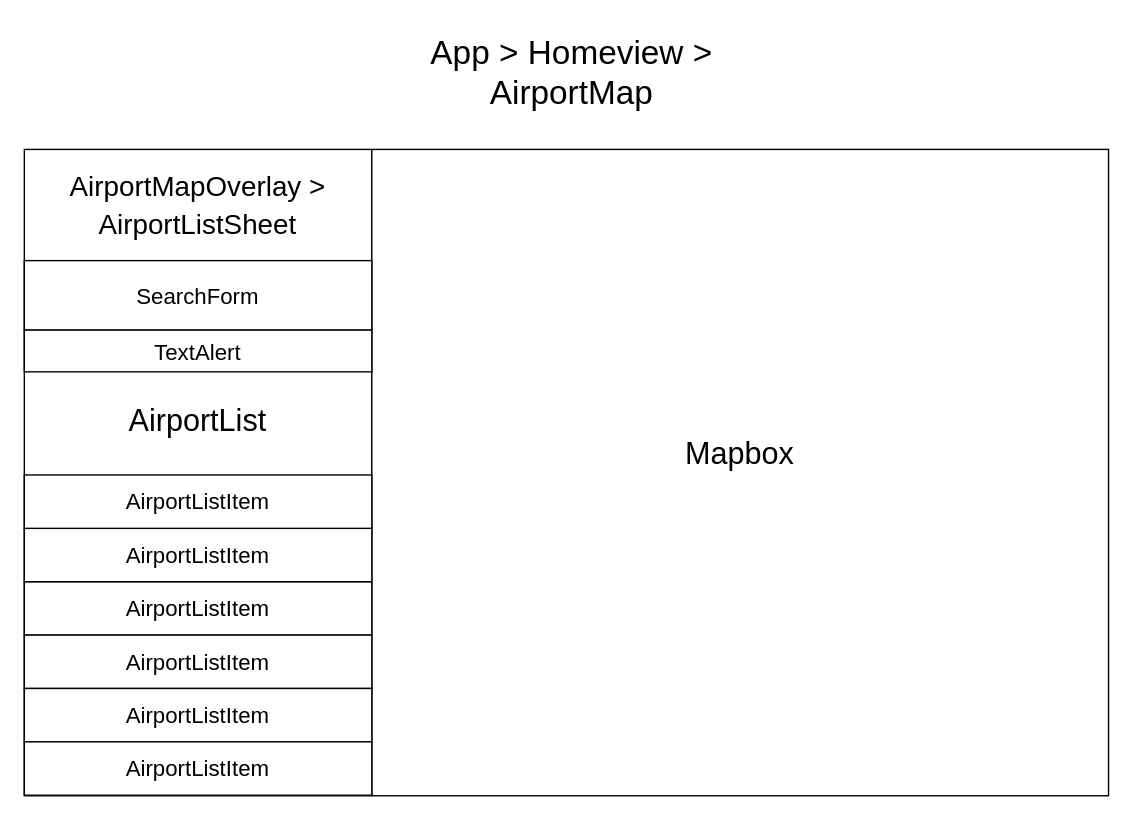
The draw.io diagram page "Overlay-ListView" (2 of 3) of docs/diagrams.drawio in Phixyn/aerophix, before the edit. Source tidied: cells renumbered, new cells numbered last; positions are measured from the earlier drawing's top-left corner, leaving out a move shared by most shapes. Both pictures are drawn from the tidied source at 139%, with x=0, y=0 at pixel (24, 24).
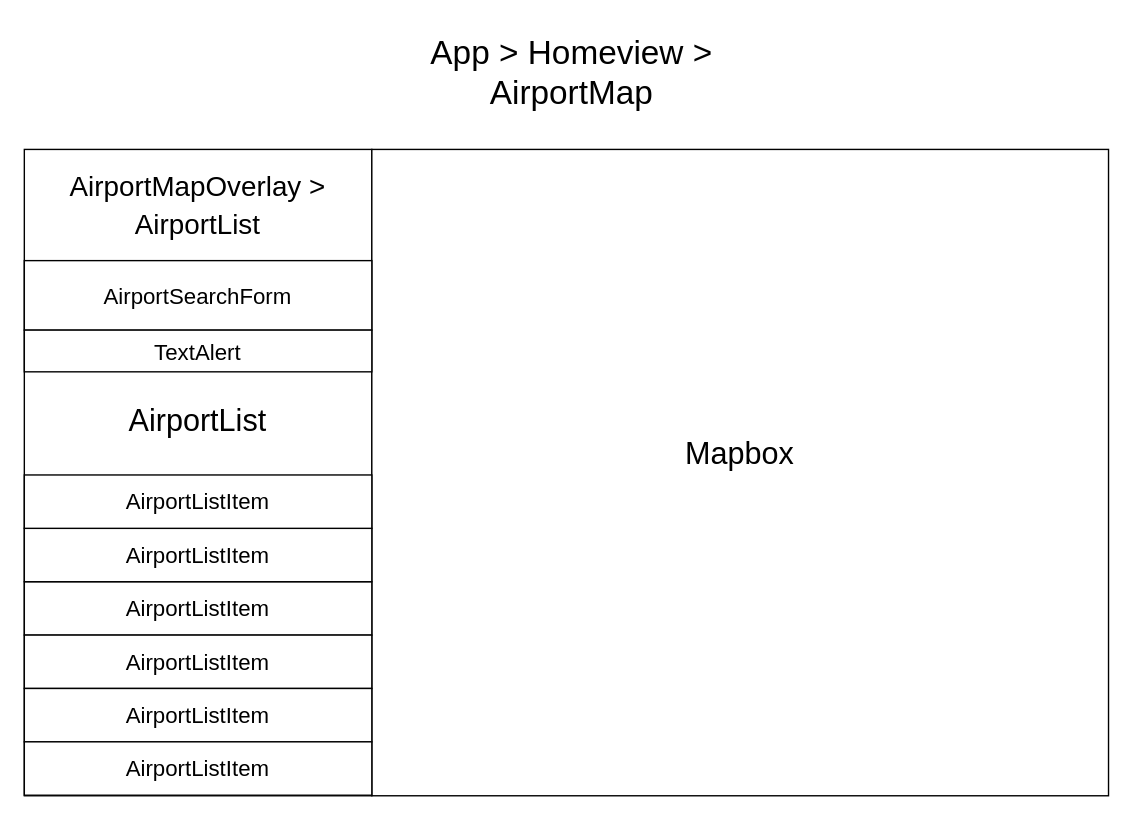
The same diagram, later.

The edit, as a diff of the source:
```diff
@@
 <mxGraphModel>
   <root>
     <mxCell id="0" />
     <mxCell id="1" parent="0" />
     <mxCell id="2" style="rounded=0;whiteSpace=wrap;html=1;sketch=0;" parent="1" vertex="1">
       <mxGeometry y="90" width="250" height="465" as="geometry" />
     </mxCell>
-    <mxCell id="3" value="&lt;font style=&quot;font-size: 20px&quot;&gt;AirportMapOverlay &amp;gt; AirportListSheet&lt;/font&gt;" style="text;html=1;strokeColor=none;fillColor=none;align=center;verticalAlign=middle;whiteSpace=wrap;rounded=0;sketch=0;fontSize=22;" parent="1" vertex="1">
+    <mxCell id="3" value="&lt;font style=&quot;font-size: 20px&quot;&gt;AirportMapOverlay &amp;gt; AirportList&lt;/font&gt;" style="text;html=1;strokeColor=none;fillColor=none;align=center;verticalAlign=middle;whiteSpace=wrap;rounded=0;sketch=0;fontSize=22;" parent="1" vertex="1">
       <mxGeometry x="20" y="100" width="210" height="60" as="geometry" />
     </mxCell>
     <mxCell id="4" value="&lt;span style=&quot;font-size: 24px&quot;&gt;App &amp;gt; Homeview &amp;gt; AirportMap&lt;/span&gt;" style="text;html=1;strokeColor=none;fillColor=none;align=center;verticalAlign=middle;whiteSpace=wrap;rounded=0;sketch=0;fontSize=24;" parent="1" vertex="1">
       <mxGeometry x="274" width="240" height="70" as="geometry" />
     </mxCell>
     <mxCell id="5" style="rounded=0;whiteSpace=wrap;html=1;sketch=0;" parent="1" vertex="1">
       <mxGeometry x="250" y="90" width="530" height="465" as="geometry" />
     </mxCell>
     <mxCell id="6" value="Mapbox" style="text;html=1;strokeColor=none;fillColor=none;align=center;verticalAlign=middle;whiteSpace=wrap;rounded=0;sketch=0;fontSize=22;" parent="1" vertex="1">
       <mxGeometry x="400" y="240" width="230" height="140" as="geometry" />
     </mxCell>
-    <mxCell id="7" value="&lt;font style=&quot;font-size: 16px&quot;&gt;SearchForm&lt;/font&gt;" style="rounded=0;whiteSpace=wrap;html=1;sketch=0;fontSize=22;align=center;" parent="1" vertex="1">
+    <mxCell id="7" value="&lt;font style=&quot;font-size: 16px&quot;&gt;AirportSearchForm&lt;/font&gt;" style="rounded=0;whiteSpace=wrap;html=1;sketch=0;fontSize=22;align=center;" parent="1" vertex="1">
       <mxGeometry y="170" width="250" height="50" as="geometry" />
     </mxCell>
     <mxCell id="8" value="&lt;font style=&quot;font-size: 16px&quot;&gt;TextAlert&lt;/font&gt;" style="rounded=0;whiteSpace=wrap;html=1;sketch=0;fontSize=22;align=center;" parent="1" vertex="1">
       <mxGeometry y="220" width="250" height="30" as="geometry" />
     </mxCell>
     <mxCell id="9" value="&lt;font style=&quot;font-size: 16px&quot;&gt;AirportListItem&lt;/font&gt;" style="rounded=0;whiteSpace=wrap;html=1;sketch=0;" parent="1" vertex="1">
       <mxGeometry y="401" width="250" height="38.4" as="geometry" />
     </mxCell>
     <mxCell id="10" value="&lt;span style=&quot;font-size: 22px;&quot;&gt;AirportList&lt;/span&gt;" style="text;html=1;strokeColor=none;fillColor=none;align=center;verticalAlign=middle;whiteSpace=wrap;rounded=0;sketch=0;fontSize=22;" parent="1" vertex="1">
       <mxGeometry x="40" y="266" width="170" height="40" as="geometry" />
     </mxCell>
     <mxCell id="11" value="&lt;font style=&quot;font-size: 16px&quot;&gt;AirportListItem&lt;/font&gt;" style="rounded=0;whiteSpace=wrap;html=1;sketch=0;" parent="1" vertex="1">
       <mxGeometry y="362.6" width="250" height="38.4" as="geometry" />
     </mxCell>
     <mxCell id="12" value="&lt;font style=&quot;font-size: 16px&quot;&gt;AirportListItem&lt;/font&gt;" style="rounded=0;whiteSpace=wrap;html=1;sketch=0;" parent="1" vertex="1">
       <mxGeometry y="324.2" width="250" height="38.4" as="geometry" />
     </mxCell>
     <mxCell id="13" value="&lt;font style=&quot;font-size: 16px&quot;&gt;AirportListItem&lt;/font&gt;" style="rounded=0;whiteSpace=wrap;html=1;sketch=0;" parent="1" vertex="1">
       <mxGeometry y="439.4" width="250" height="38.4" as="geometry" />
     </mxCell>
     <mxCell id="14" value="&lt;font style=&quot;font-size: 16px&quot;&gt;AirportListItem&lt;/font&gt;" style="rounded=0;whiteSpace=wrap;html=1;sketch=0;" parent="1" vertex="1">
       <mxGeometry y="477.8" width="250" height="38.4" as="geometry" />
     </mxCell>
     <mxCell id="15" value="&lt;font style=&quot;font-size: 16px&quot;&gt;AirportListItem&lt;/font&gt;" style="rounded=0;whiteSpace=wrap;html=1;sketch=0;" parent="1" vertex="1">
       <mxGeometry y="516.2" width="250" height="38.4" as="geometry" />
     </mxCell>
   </root>
 </mxGraphModel>
```
